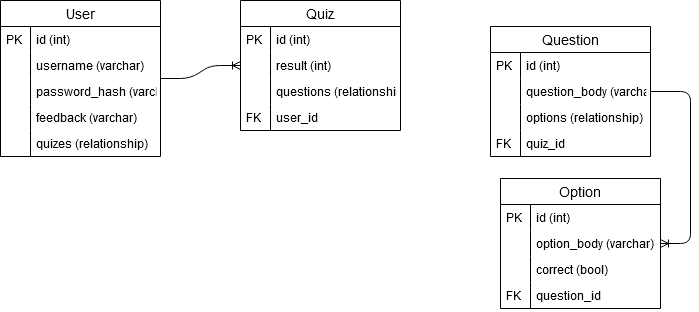
Earlier version of the draw.io export resources/Game Quiz database Schema.png (Tonyguo0/CITS3403-Project-2). Source tidied: cells renumbered, new cells last; positions are measured from the earlier drawing's top-left corner, leaving out a move shared by most shapes.
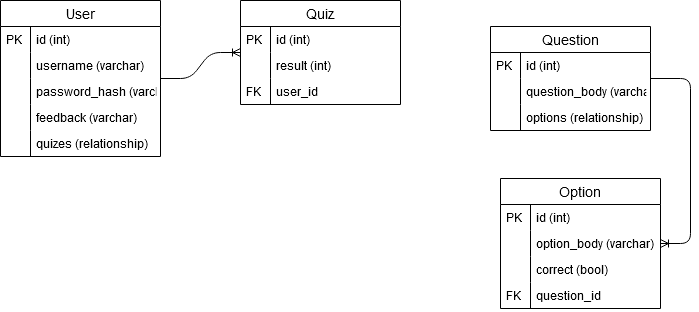
Later version of the same file.

What changed in the source:
```diff
@@ -36,7 +36,7 @@
       <mxGeometry width="30" height="26" as="geometry" />
     </mxCell>
     <mxCell id="13" value="Quiz" style="swimlane;fontStyle=0;horizontal=1;startSize=26;align=center;fontSize=14;" parent="1" vertex="1">
-      <mxGeometry x="240" width="160" height="130" as="geometry" />
+      <mxGeometry x="240" width="160" height="104" as="geometry" />
     </mxCell>
     <mxCell id="14" value="id (int)" style="shape=partialRectangle;top=0;left=0;right=0;bottom=0;align=left;verticalAlign=top;fillColor=none;spacingLeft=34;spacingRight=4;overflow=hidden;fontSize=12;" parent="13" vertex="1">
       <mxGeometry y="26" width="160" height="26" as="geometry" />
@@ -50,14 +50,8 @@
     <mxCell id="17" style="shape=partialRectangle;top=0;left=0;bottom=0;fillColor=none;align=left;verticalAlign=top;spacingLeft=4;spacingRight=4;overflow=hidden;fontSize=12;" parent="16" vertex="1">
       <mxGeometry width="30" height="26" as="geometry" />
     </mxCell>
-    <mxCell id="18" value="questions (relationship)" style="shape=partialRectangle;top=0;left=0;right=0;bottom=0;align=left;verticalAlign=top;fillColor=none;spacingLeft=34;spacingRight=4;overflow=hidden;fontSize=12;" parent="13" vertex="1">
-      <mxGeometry y="78" width="160" height="26" as="geometry" />
-    </mxCell>
-    <mxCell id="19" style="shape=partialRectangle;top=0;left=0;bottom=0;fillColor=none;align=left;verticalAlign=top;spacingLeft=4;spacingRight=4;overflow=hidden;fontSize=12;" parent="18" vertex="1">
-      <mxGeometry width="30" height="26" as="geometry" />
-    </mxCell>
     <mxCell id="20" value="user_id" style="shape=partialRectangle;top=0;left=0;right=0;bottom=0;align=left;verticalAlign=top;fillColor=none;spacingLeft=34;spacingRight=4;overflow=hidden;fontSize=12;" parent="13" vertex="1">
-      <mxGeometry y="104" width="160" height="26" as="geometry" />
+      <mxGeometry y="78" width="160" height="26" as="geometry" />
     </mxCell>
     <mxCell id="21" value="FK" style="shape=partialRectangle;top=0;left=0;bottom=0;fillColor=none;align=left;verticalAlign=top;spacingLeft=4;spacingRight=4;overflow=hidden;fontSize=12;" parent="20" vertex="1">
       <mxGeometry width="30" height="26" as="geometry" />
@@ -69,7 +63,7 @@
       <mxGeometry relative="1" as="geometry" />
     </mxCell>
     <mxCell id="24" value="Question" style="swimlane;fontStyle=0;horizontal=1;startSize=26;align=center;fontSize=14;" parent="1" vertex="1">
-      <mxGeometry x="490" y="26" width="160" height="130" as="geometry" />
+      <mxGeometry x="490" y="26" width="160" height="104" as="geometry" />
     </mxCell>
     <mxCell id="25" value="id (int)" style="shape=partialRectangle;top=0;left=0;right=0;bottom=0;align=left;verticalAlign=top;fillColor=none;spacingLeft=34;spacingRight=4;overflow=hidden;fontSize=12;" parent="24" vertex="1">
       <mxGeometry y="26" width="160" height="26" as="geometry" />
@@ -89,12 +83,6 @@
     <mxCell id="30" style="shape=partialRectangle;top=0;left=0;bottom=0;fillColor=none;align=left;verticalAlign=top;spacingLeft=4;spacingRight=4;overflow=hidden;fontSize=12;" parent="29" vertex="1">
       <mxGeometry width="30" height="26" as="geometry" />
     </mxCell>
-    <mxCell id="31" value="quiz_id" style="shape=partialRectangle;top=0;left=0;right=0;bottom=0;align=left;verticalAlign=top;fillColor=none;spacingLeft=34;spacingRight=4;overflow=hidden;fontSize=12;" parent="24" vertex="1">
-      <mxGeometry y="104" width="160" height="26" as="geometry" />
-    </mxCell>
-    <mxCell id="32" value="FK" style="shape=partialRectangle;top=0;left=0;bottom=0;fillColor=none;align=left;verticalAlign=top;spacingLeft=4;spacingRight=4;overflow=hidden;fontSize=12;" parent="31" vertex="1">
-      <mxGeometry width="30" height="26" as="geometry" />
-    </mxCell>
     <mxCell id="33" value="Option" style="swimlane;fontStyle=0;horizontal=1;startSize=26;align=center;fontSize=14;" parent="1" vertex="1">
       <mxGeometry x="500" y="178" width="160" height="130" as="geometry" />
     </mxCell>
```
